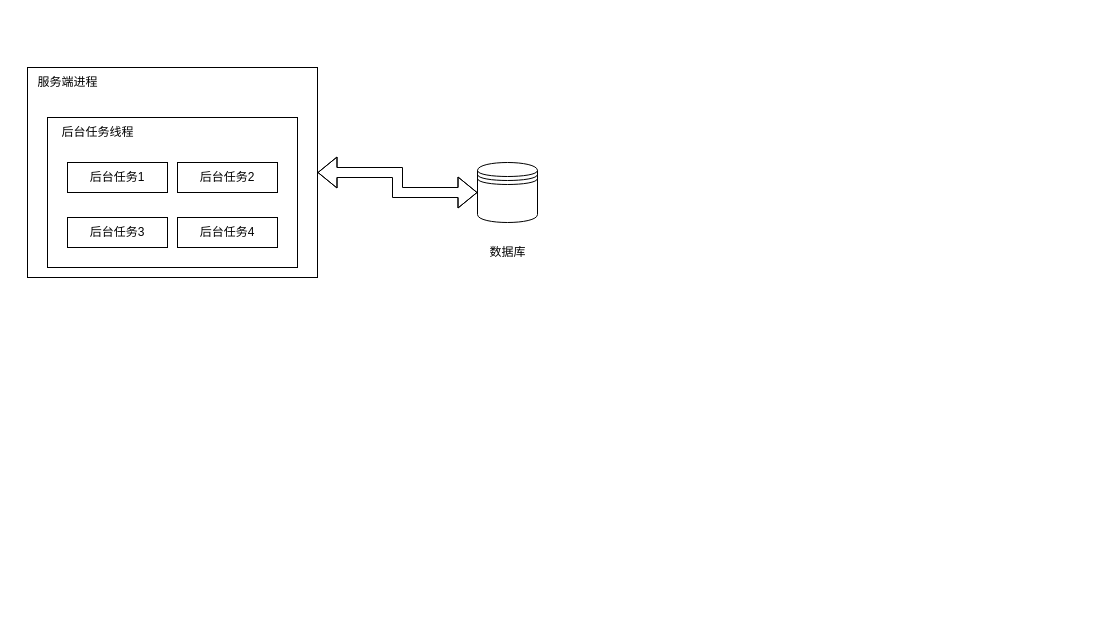
Before: 后台任务设计思想.drawio in weijiang1994/draw-io, a draw.io diagram. Source tidied: cells renumbered, new cells numbered last; positions are measured from the earlier drawing's top-left corner, leaving out a move shared by most shapes. Both pictures are drawn from the tidied source at 100%, with x=0, y=0 at pixel (27, 67).
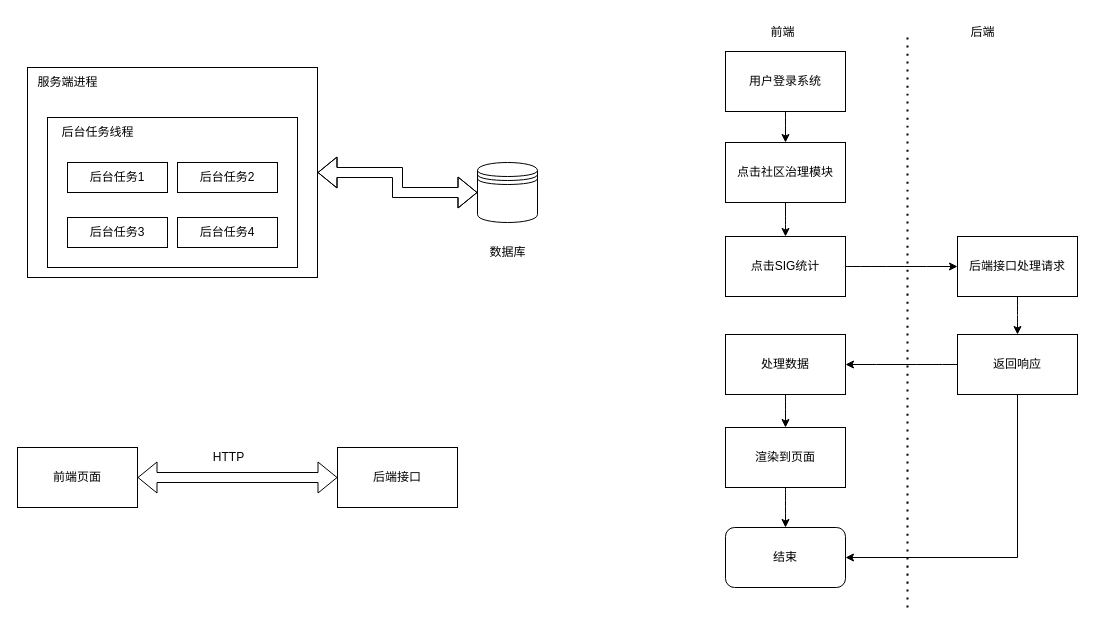
The same diagram, later.

Commit message:
更新后台任务设计思想.drawio

The edit, as a diff of the source:
```diff
@@
+    <mxCell id="15" style="edgeStyle=orthogonalEdgeStyle;shape=flexArrow;curved=1;rounded=0;jettySize=auto;html=1;exitX=1;exitY=0.5;exitDx=0;exitDy=0;entryX=0;entryY=0.5;entryDx=0;entryDy=0;startArrow=block;" parent="1" edge="1" source="16" target="17">
+      <mxGeometry relative="1" as="geometry" />
+    </mxCell>
+    <mxCell id="16" value="前端页面" style="rounded=0;whiteSpace=wrap;html=1;" parent="1" vertex="1">
+      <mxGeometry x="-10" y="380" width="120" height="60" as="geometry" />
+    </mxCell>
+    <mxCell id="17" value="后端接口" style="rounded=0;whiteSpace=wrap;html=1;" parent="1" vertex="1">
+      <mxGeometry x="310" y="380" width="120" height="60" as="geometry" />
+    </mxCell>
+    <mxCell id="18" value="HTTP" style="text;html=1;align=center;verticalAlign=middle;strokeColor=none;fillColor=none;" parent="1" vertex="1">
+      <mxGeometry x="176" y="377" width="49" height="26" as="geometry" />
+    </mxCell>
+    <mxCell id="19" style="edgeStyle=orthogonalEdgeStyle;curved=1;rounded=0;jettySize=auto;html=1;exitX=0.5;exitY=1;exitDx=0;exitDy=0;entryX=0.5;entryY=0;entryDx=0;entryDy=0;startArrow=none;startFill=0;" parent="1" edge="1" source="20" target="22">
+      <mxGeometry relative="1" as="geometry" />
+    </mxCell>
+    <mxCell id="20" value="用户登录系统" style="rounded=0;whiteSpace=wrap;html=1;" parent="1" vertex="1">
+      <mxGeometry x="698" y="-16" width="120" height="60" as="geometry" />
+    </mxCell>
+    <mxCell id="21" style="edgeStyle=orthogonalEdgeStyle;curved=1;rounded=0;jettySize=auto;html=1;exitX=0.5;exitY=1;exitDx=0;exitDy=0;startArrow=none;startFill=0;" parent="1" edge="1" source="22" target="24">
+      <mxGeometry relative="1" as="geometry" />
+    </mxCell>
+    <mxCell id="22" value="点击社区治理模块" style="rounded=0;whiteSpace=wrap;html=1;" parent="1" vertex="1">
+      <mxGeometry x="698" y="75" width="120" height="60" as="geometry" />
+    </mxCell>
+    <mxCell id="23" style="edgeStyle=orthogonalEdgeStyle;curved=1;rounded=0;jettySize=auto;html=1;exitX=1;exitY=0.5;exitDx=0;exitDy=0;entryX=0;entryY=0.5;entryDx=0;entryDy=0;startArrow=none;startFill=0;" parent="1" edge="1" source="24" target="26">
+      <mxGeometry relative="1" as="geometry" />
+    </mxCell>
+    <mxCell id="24" value="点击SIG统计" style="rounded=0;whiteSpace=wrap;html=1;" parent="1" vertex="1">
+      <mxGeometry x="698" y="169" width="120" height="60" as="geometry" />
+    </mxCell>
+    <mxCell id="25" style="edgeStyle=orthogonalEdgeStyle;curved=1;rounded=0;jettySize=auto;html=1;exitX=0.5;exitY=1;exitDx=0;exitDy=0;startArrow=none;startFill=0;" parent="1" edge="1" source="26" target="29">
+      <mxGeometry relative="1" as="geometry" />
+    </mxCell>
+    <mxCell id="26" value="后端接口处理请求" style="rounded=0;whiteSpace=wrap;html=1;" parent="1" vertex="1">
+      <mxGeometry x="930" y="169" width="120" height="60" as="geometry" />
+    </mxCell>
+    <mxCell id="27" style="edgeStyle=orthogonalEdgeStyle;curved=1;rounded=0;jettySize=auto;html=1;exitX=0;exitY=0.5;exitDx=0;exitDy=0;entryX=1;entryY=0.5;entryDx=0;entryDy=0;startArrow=none;startFill=0;" parent="1" edge="1" source="29" target="31">
+      <mxGeometry relative="1" as="geometry" />
+    </mxCell>
+    <mxCell id="28" style="edgeStyle=orthogonalEdgeStyle;rounded=0;jettySize=auto;html=1;exitX=0.5;exitY=1;exitDx=0;exitDy=0;entryX=1;entryY=0.5;entryDx=0;entryDy=0;startArrow=none;startFill=0;" parent="1" edge="1" source="29" target="34">
+      <mxGeometry relative="1" as="geometry" />
+    </mxCell>
+    <mxCell id="29" value="返回响应" style="rounded=0;whiteSpace=wrap;html=1;" parent="1" vertex="1">
+      <mxGeometry x="930" y="267" width="120" height="60" as="geometry" />
+    </mxCell>
+    <mxCell id="30" style="edgeStyle=orthogonalEdgeStyle;curved=1;rounded=0;jettySize=auto;html=1;exitX=0.5;exitY=1;exitDx=0;exitDy=0;entryX=0.5;entryY=0;entryDx=0;entryDy=0;startArrow=none;startFill=0;" parent="1" edge="1" source="31" target="33">
+      <mxGeometry relative="1" as="geometry" />
+    </mxCell>
+    <mxCell id="31" value="处理数据" style="rounded=0;whiteSpace=wrap;html=1;" parent="1" vertex="1">
+      <mxGeometry x="698" y="267" width="120" height="60" as="geometry" />
+    </mxCell>
+    <mxCell id="32" style="edgeStyle=orthogonalEdgeStyle;curved=1;rounded=0;jettySize=auto;html=1;exitX=0.5;exitY=1;exitDx=0;exitDy=0;entryX=0.5;entryY=0;entryDx=0;entryDy=0;startArrow=none;startFill=0;" parent="1" edge="1" source="33" target="34">
+      <mxGeometry relative="1" as="geometry" />
+    </mxCell>
+    <mxCell id="33" value="渲染到页面" style="rounded=0;whiteSpace=wrap;html=1;" parent="1" vertex="1">
+      <mxGeometry x="698" y="360" width="120" height="60" as="geometry" />
+    </mxCell>
+    <mxCell id="34" value="结束" style="rounded=1;whiteSpace=wrap;html=1;" parent="1" vertex="1">
+      <mxGeometry x="698" y="460" width="120" height="60" as="geometry" />
+    </mxCell>
+    <mxCell id="35" style="endArrow=none;dashed=1;html=1;dashPattern=1 3;strokeWidth=2;rounded=0;curved=1;" parent="1" edge="1">
+      <mxGeometry relative="1" as="geometry">
+        <mxPoint x="880" y="540" as="sourcePoint" />
+        <mxPoint x="880" y="-31" as="targetPoint" />
+      </mxGeometry>
+    </mxCell>
+    <mxCell id="36" value="前端" style="text;html=1;align=center;verticalAlign=middle;strokeColor=none;fillColor=none;" parent="1" vertex="1">
+      <mxGeometry x="730" y="-50" width="50" height="30" as="geometry" />
+    </mxCell>
+    <mxCell id="37" value="后端" style="text;html=1;align=center;verticalAlign=middle;strokeColor=none;fillColor=none;" parent="1" vertex="1">
+      <mxGeometry x="930" y="-50" width="50" height="30" as="geometry" />
+    </mxCell>
```
